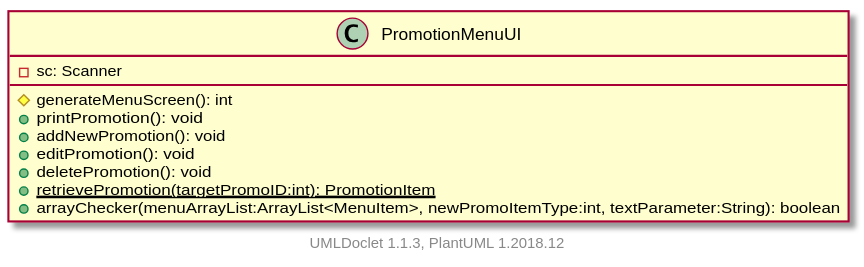
Before: projects/oodp/html/umlversion/uml/sg.edu.ntu.scse.cz2002.ui.PromotionMenuUI.svg, a diagram exported from PlantUML (itachi1706/How-to-use-Git-NTUSCSE1819-Site).
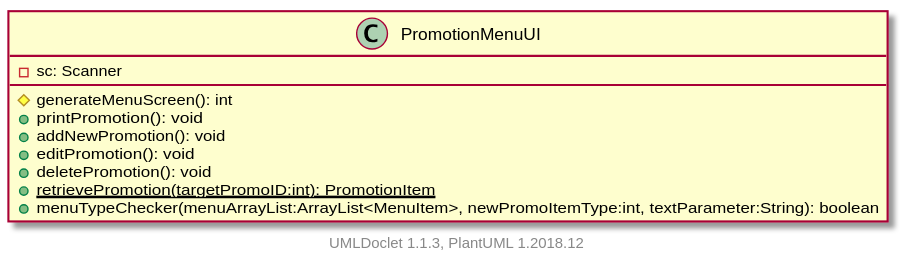
Above is the later version.

The edit, as a diff of the source:
```diff
@@ -8,7 +8,7 @@
         +editPromotion(): void
         +deletePromotion(): void
         {static} +retrievePromotion(targetPromoID:int): PromotionItem
-        +arrayChecker(menuArrayList:ArrayList<MenuItem>, newPromoItemType:int, textParameter:String): boolean
+        +menuTypeChecker(menuArrayList:ArrayList<MenuItem>, newPromoItemType:int, textParameter:String): boolean
     }
 
 
```
